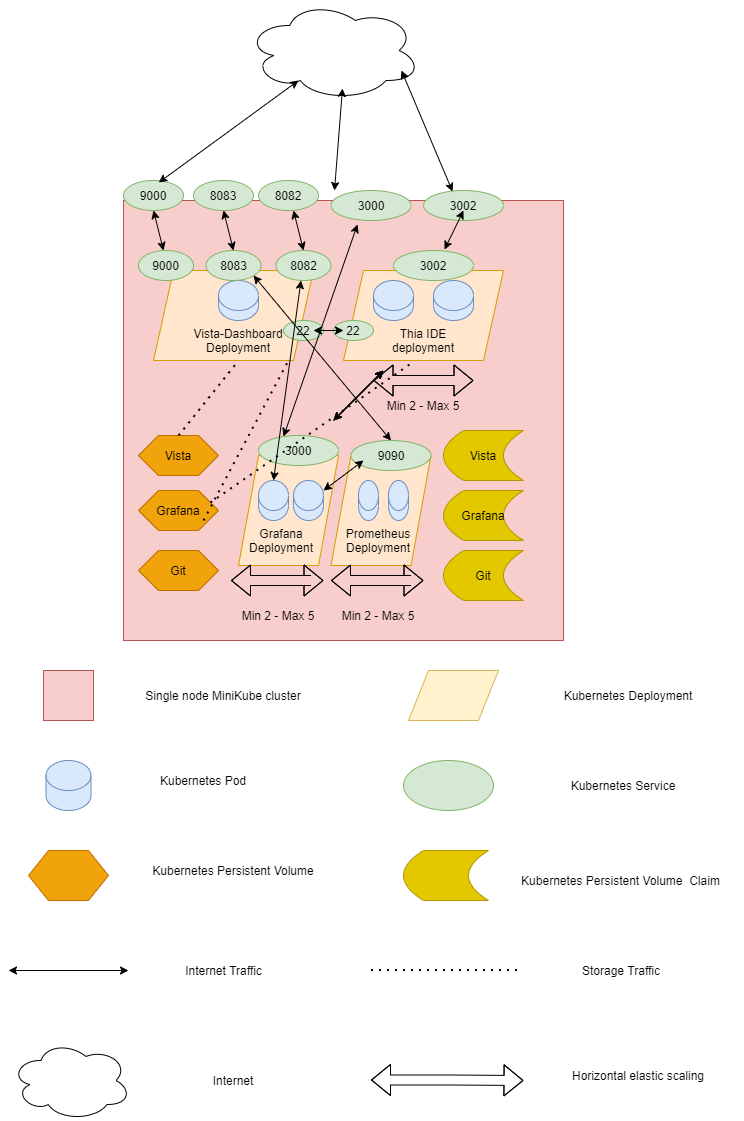
Above: Vista-Kubernetes/YottaDBDashboard-Kubernetes.png in RamSailopal/YottaDB-dashboard (draw.io), before the change. Source tidied: cells renumbered, new cells last; positions are measured from the earlier drawing's top-left corner, leaving out a move shared by most shapes.
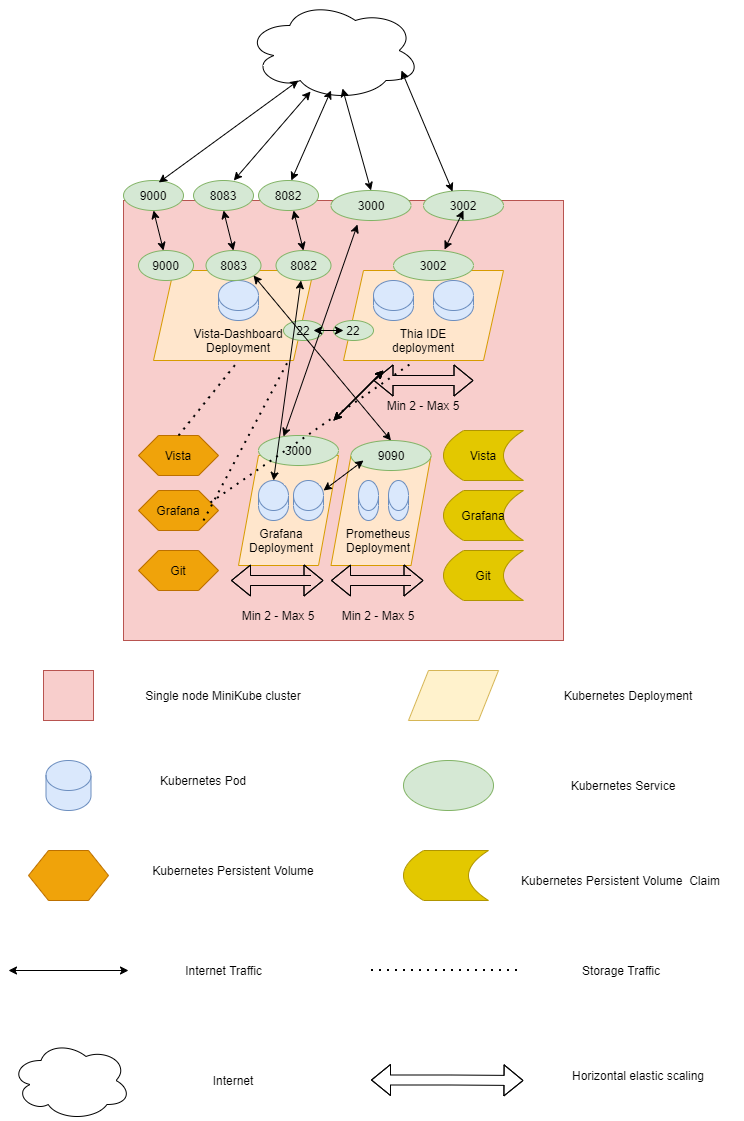
Later version of the same file.

Diff of the diagram source:
```diff
@@ -167,9 +167,8 @@
         <mxPoint x="290" y="80" as="targetPoint" />
       </mxGeometry>
     </mxCell>
-    <mxCell id="50" style="endArrow=classic;startArrow=classic;html=1;" parent="1" edge="1">
+    <mxCell id="50" style="endArrow=classic;startArrow=classic;html=1;exitX=0.5;exitY=0;exitDx=0;exitDy=0;" parent="1" edge="1" source="14">
       <mxGeometry relative="1" as="geometry">
-        <mxPoint x="326" y="190" as="sourcePoint" />
         <mxPoint x="334" y="88" as="targetPoint" />
       </mxGeometry>
     </mxCell>
@@ -321,5 +320,16 @@
     <mxCell id="82" value="Horizontal elastic scaling" style="text;html=1;strokeColor=none;fillColor=none;align=center;verticalAlign=middle;whiteSpace=wrap;rounded=0;" parent="1" vertex="1">
       <mxGeometry x="555" y="1060" width="150" height="30" as="geometry" />
     </mxCell>
+    <mxCell id="83" style="endArrow=classic;startArrow=classic;html=1;entryX=0.369;entryY=0.91;entryDx=0;entryDy=0;entryPerimeter=0;" parent="1" edge="1" target="48">
+      <mxGeometry relative="1" as="geometry">
+        <mxPoint x="225.3" y="180" as="sourcePoint" />
+      </mxGeometry>
+    </mxCell>
+    <mxCell id="84" style="endArrow=classic;startArrow=classic;html=1;" parent="1" edge="1">
+      <mxGeometry relative="1" as="geometry">
+        <mxPoint x="282.8" y="180" as="sourcePoint" />
+        <mxPoint x="322.5" y="90" as="targetPoint" />
+      </mxGeometry>
+    </mxCell>
   </root>
 </mxGraphModel>
```
